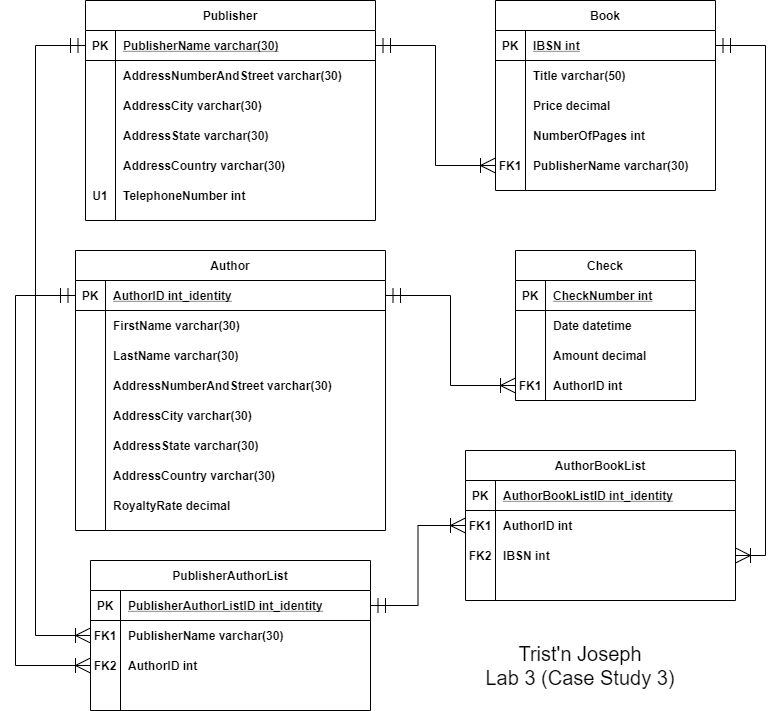
Earlier version of the draw.io export Lab 3/Lab 03 - Logical Modeling (Case Study 3).png (trisxcj1/SyracuseUniversity_IST659). Source tidied: cells renumbered, new cells last; positions are measured from the earlier drawing's top-left corner, leaving out a move shared by most shapes.
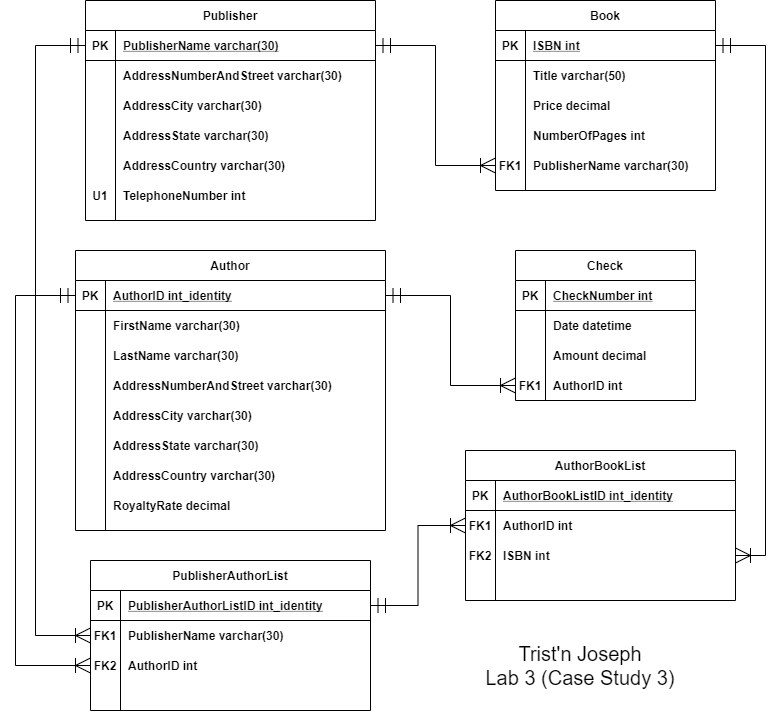
After the change.

Commit message:
Fixed spelling issue

Change to the diagram source:
```diff
@@ -143,7 +143,7 @@
     <mxCell id="48" value="PK" style="shape=partialRectangle;fillColor=none;top=0;left=0;bottom=0;right=0;fontStyle=1;overflow=hidden;" parent="47" vertex="1">
       <mxGeometry width="30" height="30" as="geometry" />
     </mxCell>
-    <mxCell id="49" value="IBSN int" style="shape=partialRectangle;fillColor=none;top=0;left=0;bottom=0;right=0;align=left;spacingLeft=6;fontStyle=5;overflow=hidden;" parent="47" vertex="1">
+    <mxCell id="49" value="ISBN int" style="shape=partialRectangle;fillColor=none;top=0;left=0;bottom=0;right=0;align=left;spacingLeft=6;fontStyle=5;overflow=hidden;" parent="47" vertex="1">
       <mxGeometry x="30" width="190" height="30" as="geometry" />
     </mxCell>
     <mxCell id="50" style="shape=partialRectangle;fillColor=none;top=0;left=0;bottom=0;right=0;" parent="46" vertex="1">
@@ -309,7 +309,7 @@
     <mxCell id="100" value="FK2" style="shape=partialRectangle;fillColor=none;top=0;left=0;bottom=0;right=0;overflow=hidden;fontStyle=1;" parent="99" vertex="1">
       <mxGeometry width="30" height="30" as="geometry" />
     </mxCell>
-    <mxCell id="101" value="IBSN int" style="shape=partialRectangle;fillColor=none;top=0;left=0;bottom=0;right=0;align=left;spacingLeft=6;overflow=hidden;fontStyle=1;" parent="99" vertex="1">
+    <mxCell id="101" value="ISBN int" style="shape=partialRectangle;fillColor=none;top=0;left=0;bottom=0;right=0;align=left;spacingLeft=6;overflow=hidden;fontStyle=1;" parent="99" vertex="1">
       <mxGeometry x="30" width="240" height="30" as="geometry" />
     </mxCell>
     <mxCell id="102" style="shape=partialRectangle;fillColor=none;top=0;left=0;bottom=0;right=0;" parent="92" vertex="1">
```
